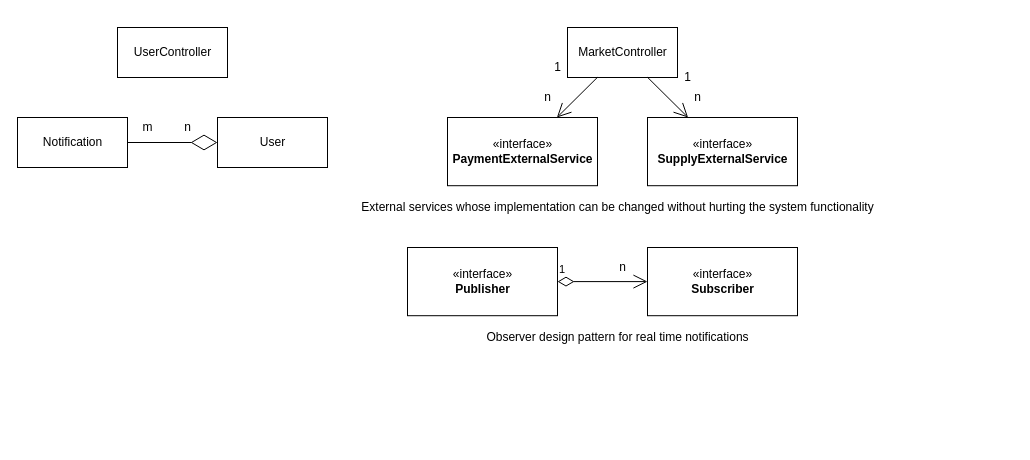
The draw.io diagram page "White Diagram" (1 of 2) of Workshop.drawio in itaitzruia4/Workshop, before the edit. Source tidied: cells renumbered, new cells numbered last; positions are measured from the earlier drawing's top-left corner, leaving out a move shared by most shapes. Both pictures are drawn from the tidied source at 100%, with x=0, y=0 at pixel (17, 27).
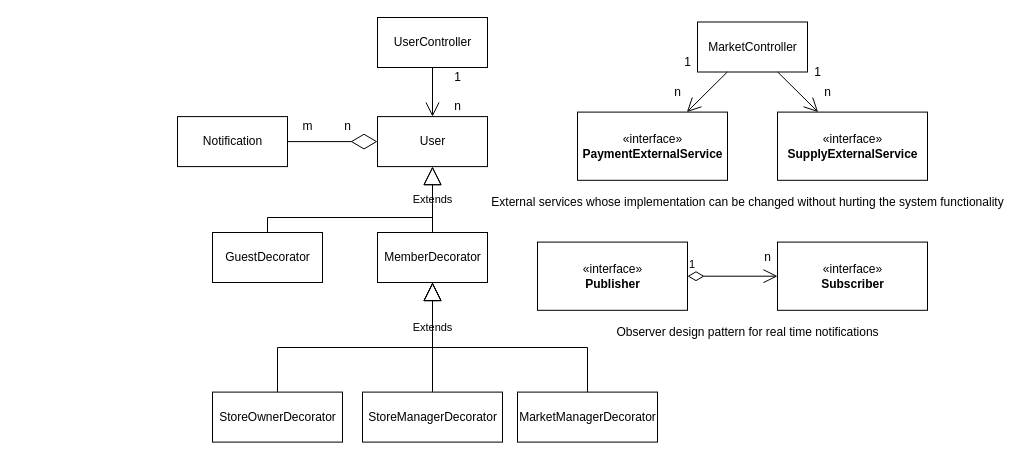
Above is the later version.

Commit message:
added authority decorators to white diagram

What changed in the source:
```diff
@@
     <mxCell id="2" value="«interface»&lt;br&gt;&lt;b&gt;PaymentExternalService&lt;/b&gt;" style="html=1;" parent="1" vertex="1">
-      <mxGeometry x="430" y="90" width="150" height="68.2" as="geometry" />
+      <mxGeometry x="560" y="84.6" width="150" height="68.2" as="geometry" />
     </mxCell>
     <mxCell id="3" value="«interface»&lt;br&gt;&lt;b&gt;SupplyExternalService&lt;/b&gt;" style="html=1;" parent="1" vertex="1">
-      <mxGeometry x="630" y="90" width="150" height="68.2" as="geometry" />
+      <mxGeometry x="760" y="84.6" width="150" height="68.2" as="geometry" />
     </mxCell>
     <mxCell id="4" value="«interface»&lt;br&gt;&lt;b&gt;Publisher&lt;/b&gt;" style="html=1;" parent="1" vertex="1">
-      <mxGeometry x="390" y="220" width="150" height="68.2" as="geometry" />
+      <mxGeometry x="520" y="214.6" width="150" height="68.2" as="geometry" />
     </mxCell>
     <mxCell id="5" value="«interface»&lt;br&gt;&lt;b&gt;Subscriber&lt;/b&gt;" style="html=1;" parent="1" vertex="1">
-      <mxGeometry x="630" y="220" width="150" height="68.2" as="geometry" />
+      <mxGeometry x="760" y="214.6" width="150" height="68.2" as="geometry" />
     </mxCell>
     <mxCell id="6" value="Observer design pattern for real time notifications" style="text;html=1;align=center;verticalAlign=middle;strokeColor=none;fillColor=none;" parent="1" vertex="1">
-      <mxGeometry x="460" y="300" width="280" height="20" as="geometry" />
+      <mxGeometry x="590" y="294.6" width="280" height="20" as="geometry" />
     </mxCell>
     <mxCell id="7" value="External services whose implementation can be changed without hurting the system functionality" style="text;html=1;align=center;verticalAlign=middle;strokeColor=none;fillColor=none;" parent="1" vertex="1">
-      <mxGeometry x="335" y="170" width="530" height="20" as="geometry" />
+      <mxGeometry x="465" y="164.6" width="530" height="20" as="geometry" />
     </mxCell>
     <mxCell id="8" value="UserController" style="html=1;" parent="1" vertex="1">
-      <mxGeometry x="100" width="110" height="50" as="geometry" />
+      <mxGeometry x="360" y="-10" width="110" height="50" as="geometry" />
     </mxCell>
     <mxCell id="9" value="MarketController" style="html=1;" parent="1" vertex="1">
-      <mxGeometry x="550" width="110" height="50" as="geometry" />
+      <mxGeometry x="680" y="-5.5" width="110" height="50" as="geometry" />
     </mxCell>
     <mxCell id="10" value="Notification" style="html=1;" parent="1" vertex="1">
-      <mxGeometry y="90" width="110" height="50" as="geometry" />
+      <mxGeometry x="160" y="89.1" width="110" height="50" as="geometry" />
     </mxCell>
     <mxCell id="11" value="User" style="html=1;" parent="1" vertex="1">
-      <mxGeometry x="200" y="90" width="110" height="50" as="geometry" />
+      <mxGeometry x="360" y="89.1" width="110" height="50" as="geometry" />
     </mxCell>
@@
     <mxCell id="13" value="n" style="text;html=1;align=center;verticalAlign=middle;strokeColor=none;fillColor=none;" parent="1" vertex="1">
-      <mxGeometry x="160" y="90" width="20" height="20" as="geometry" />
+      <mxGeometry x="320" y="89.1" width="20" height="20" as="geometry" />
     </mxCell>
     <mxCell id="14" value="m" style="text;html=1;align=center;verticalAlign=middle;strokeColor=none;fillColor=none;" parent="1" vertex="1">
-      <mxGeometry x="115" y="90" width="30" height="20" as="geometry" />
+      <mxGeometry x="275" y="89.1" width="30" height="20" as="geometry" />
     </mxCell>
@@
     <mxCell id="17" value="1" style="text;html=1;align=center;verticalAlign=middle;strokeColor=none;fillColor=none;" parent="1" vertex="1">
-      <mxGeometry x="530" y="30" width="20" height="20" as="geometry" />
+      <mxGeometry x="660" y="24.5" width="20" height="20" as="geometry" />
     </mxCell>
     <mxCell id="18" value="n" style="text;html=1;align=center;verticalAlign=middle;strokeColor=none;fillColor=none;" parent="1" vertex="1">
-      <mxGeometry x="520" y="60" width="20" height="20" as="geometry" />
+      <mxGeometry x="650" y="54.5" width="20" height="20" as="geometry" />
     </mxCell>
     <mxCell id="19" value="n" style="text;html=1;align=center;verticalAlign=middle;strokeColor=none;fillColor=none;" parent="1" vertex="1">
-      <mxGeometry x="670" y="60" width="20" height="20" as="geometry" />
+      <mxGeometry x="800" y="54.5" width="20" height="20" as="geometry" />
     </mxCell>
     <mxCell id="20" value="1" style="text;html=1;align=center;verticalAlign=middle;strokeColor=none;fillColor=none;" parent="1" vertex="1">
-      <mxGeometry x="660" y="40" width="20" height="20" as="geometry" />
+      <mxGeometry x="790" y="34.5" width="20" height="20" as="geometry" />
     </mxCell>
@@
     <mxCell id="22" value="n" style="text;html=1;align=center;verticalAlign=middle;strokeColor=none;fillColor=none;" parent="1" vertex="1">
-      <mxGeometry x="595" y="230" width="20" height="20" as="geometry" />
+      <mxGeometry x="740" y="220" width="20" height="20" as="geometry" />
     </mxCell>
+    <mxCell id="23" style="endArrow=open;endFill=1;endSize=12;html=1;rounded=0;" parent="1" edge="1" source="8" target="11">
+      <mxGeometry relative="1" as="geometry" />
+    </mxCell>
+    <mxCell id="24" value="1" style="text;html=1;align=center;verticalAlign=middle;strokeColor=none;fillColor=none;" parent="1" vertex="1">
+      <mxGeometry x="430" y="40" width="20" height="20" as="geometry" />
+    </mxCell>
+    <mxCell id="25" value="n" style="text;html=1;align=center;verticalAlign=middle;strokeColor=none;fillColor=none;" parent="1" vertex="1">
+      <mxGeometry x="430" y="69.1" width="20" height="20" as="geometry" />
+    </mxCell>
+    <mxCell id="26" value="GuestDecorator" style="html=1;" parent="1" vertex="1">
+      <mxGeometry x="195" y="205" width="110" height="50" as="geometry" />
+    </mxCell>
+    <mxCell id="27" value="MemberDecorator" style="html=1;" parent="1" vertex="1">
+      <mxGeometry x="360" y="205" width="110" height="50" as="geometry" />
+    </mxCell>
+    <mxCell id="28" value="StoreOwnerDecorator" style="html=1;" parent="1" vertex="1">
+      <mxGeometry x="195" y="364.6" width="130" height="50" as="geometry" />
+    </mxCell>
+    <mxCell id="29" value="StoreManagerDecorator" style="html=1;" parent="1" vertex="1">
+      <mxGeometry x="345" y="364.6" width="140" height="50" as="geometry" />
+    </mxCell>
+    <mxCell id="30" value="MarketManagerDecorator" style="html=1;" parent="1" vertex="1">
+      <mxGeometry x="500" y="364.6" width="140" height="50" as="geometry" />
+    </mxCell>
+    <mxCell id="31" value="Extends" style="endArrow=block;endSize=16;endFill=0;html=1;rounded=0;" parent="1" edge="1" source="27" target="11">
+      <mxGeometry relative="1" as="geometry" />
+    </mxCell>
+    <mxCell id="32" style="endArrow=block;endSize=16;endFill=0;html=1;rounded=0;edgeStyle=orthogonalEdgeStyle;" parent="1" edge="1" source="26" target="11">
+      <mxGeometry x="-0.78" y="91" relative="1" as="geometry">
+        <Array as="points">
+          <mxPoint x="250" y="190" />
+          <mxPoint x="415" y="190" />
+        </Array>
+        <mxPoint x="-90" y="81" as="offset" />
+      </mxGeometry>
+    </mxCell>
+    <mxCell id="33" value="Extends" style="endArrow=block;endSize=16;endFill=0;html=1;rounded=0;edgeStyle=orthogonalEdgeStyle;" parent="1" edge="1" source="30" target="27">
+      <mxGeometry x="0.66" relative="1" as="geometry">
+        <Array as="points">
+          <mxPoint x="570" y="320" />
+          <mxPoint x="415" y="320" />
+        </Array>
+      </mxGeometry>
+    </mxCell>
+    <mxCell id="34" style="endArrow=block;endSize=16;endFill=0;html=1;rounded=0;edgeStyle=orthogonalEdgeStyle;" parent="1" edge="1" source="28" target="27">
+      <mxGeometry x="-0.78" y="91" relative="1" as="geometry">
+        <Array as="points">
+          <mxPoint x="260" y="320" />
+          <mxPoint x="415" y="320" />
+        </Array>
+        <mxPoint x="-90" y="81" as="offset" />
+      </mxGeometry>
+    </mxCell>
+    <mxCell id="35" style="endArrow=block;endSize=16;endFill=0;html=1;rounded=0;edgeStyle=orthogonalEdgeStyle;" parent="1" edge="1" source="29" target="27">
+      <mxGeometry x="-0.78" y="91" relative="1" as="geometry">
+        <Array as="points">
+          <mxPoint x="415" y="290" />
+          <mxPoint x="415" y="290" />
+        </Array>
+        <mxPoint x="-90" y="81" as="offset" />
+      </mxGeometry>
+    </mxCell>
```
